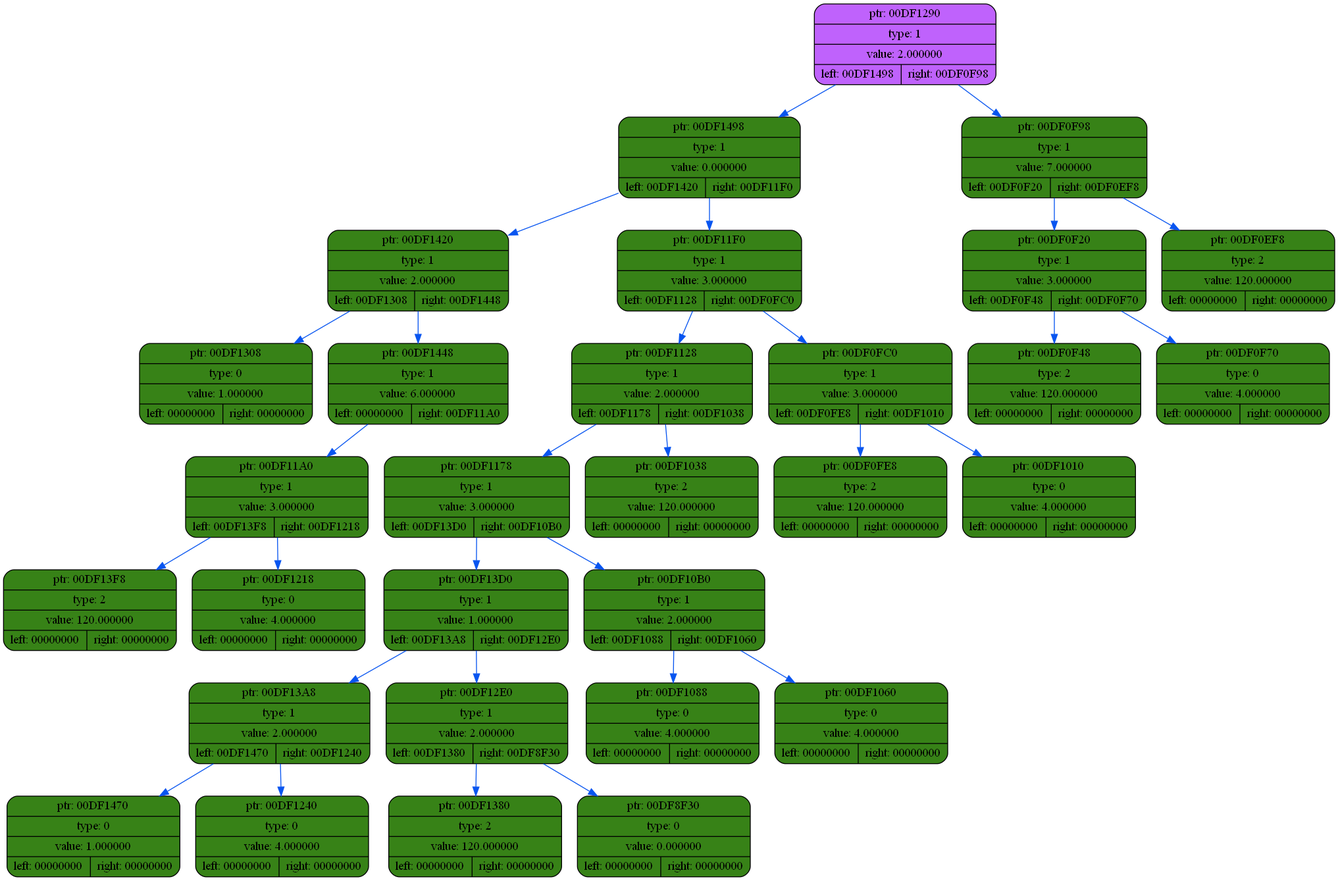
This is dump/dump2.png from coffee8cat/differentiator, a Graphviz export, as it was before one commit. Its source is kept beside it as dump/dump2.dot.
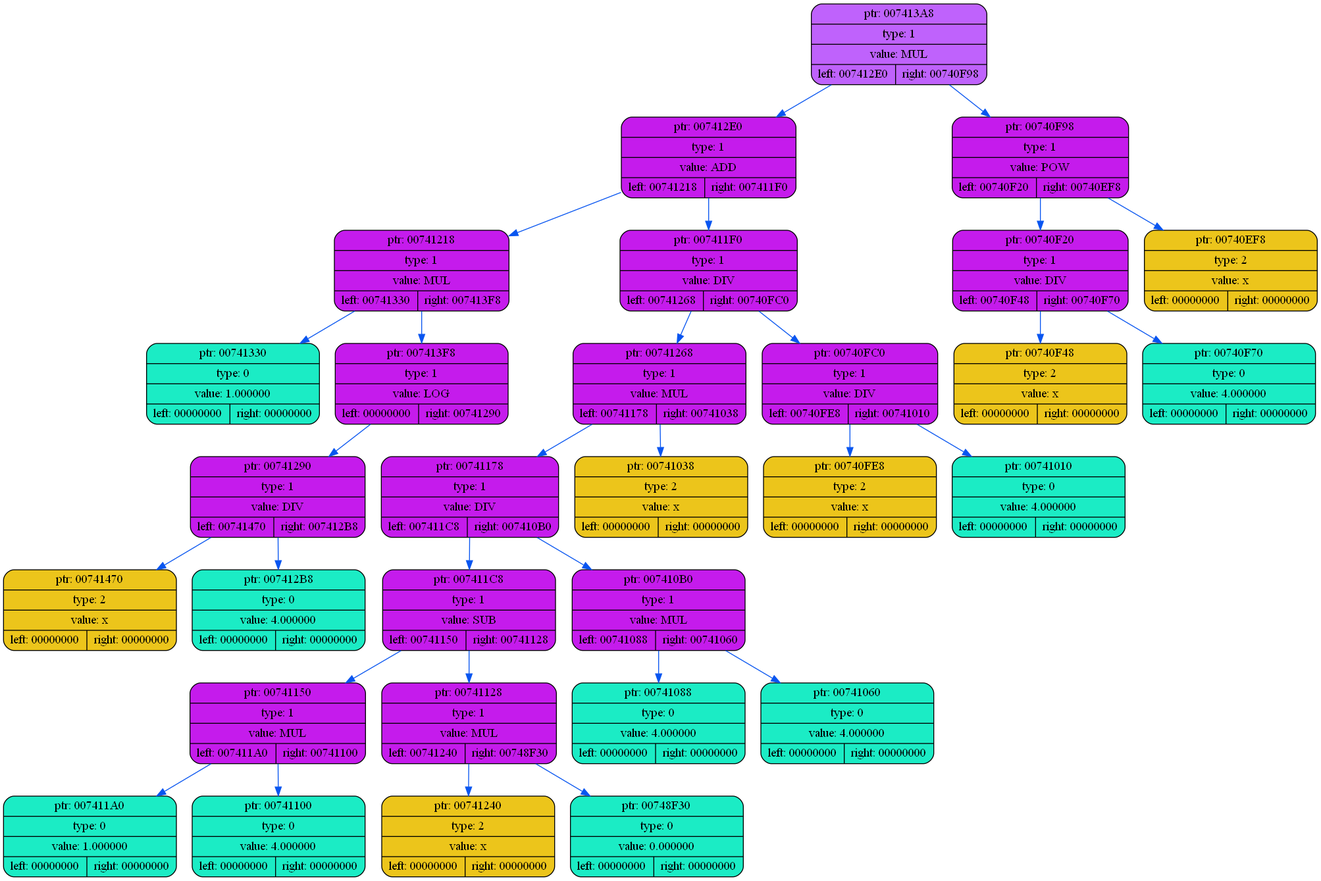
Above is the later version.

What changed in the source:
```diff
@@ -2,63 +2,63 @@
 {
     rankdir=TP
 
-        node00DF1290[shape=record,style="rounded,filled",fillcolor="#BF62FC",label="{ ptr: 00DF1290 | type: 1 | value: 2.000000| { left: 00DF1498 | right: 00DF0F98 }}"];
-    node00DF1290 -> node00DF1498[color="#0855F0"]
-    node00DF1498[shape=record,style="rounded,filled",fillcolor="#378217",label="{ ptr: 00DF1498 | type: 1 | value: 0.000000| { left: 00DF1420 | right: 00DF11F0 }}"];
-    node00DF1498 -> node00DF1420[color="#0855F0"]
-    node00DF1420[shape=record,style="rounded,filled",fillcolor="#378217",label="{ ptr: 00DF1420 | type: 1 | value: 2.000000| { left: 00DF1308 | right: 00DF1448 }}"];
-    node00DF1420 -> node00DF1308[color="#0855F0"]
-    node00DF1308[shape=record,style="rounded,filled",fillcolor="#378217",label="{ ptr: 00DF1308 | type: 0 | value: 1.000000| { left: 00000000 | right: 00000000 }}"];
-    node00DF1420 -> node00DF1448[color="#0855F0"]
-    node00DF1448[shape=record,style="rounded,filled",fillcolor="#378217",label="{ ptr: 00DF1448 | type: 1 | value: 6.000000| { left: 00000000 | right: 00DF11A0 }}"];
-    node00DF1448 -> node00DF11A0[color="#0855F0"]
-    node00DF11A0[shape=record,style="rounded,filled",fillcolor="#378217",label="{ ptr: 00DF11A0 | type: 1 | value: 3.000000| { left: 00DF13F8 | right: 00DF1218 }}"];
-    node00DF11A0 -> node00DF13F8[color="#0855F0"]
-    node00DF13F8[shape=record,style="rounded,filled",fillcolor="#378217",label="{ ptr: 00DF13F8 | type: 2 | value: 120.000000| { left: 00000000 | right: 00000000 }}"];
-    node00DF11A0 -> node00DF1218[color="#0855F0"]
-    node00DF1218[shape=record,style="rounded,filled",fillcolor="#378217",label="{ ptr: 00DF1218 | type: 0 | value: 4.000000| { left: 00000000 | right: 00000000 }}"];
-    node00DF1498 -> node00DF11F0[color="#0855F0"]
-    node00DF11F0[shape=record,style="rounded,filled",fillcolor="#378217",label="{ ptr: 00DF11F0 | type: 1 | value: 3.000000| { left: 00DF1128 | right: 00DF0FC0 }}"];
-    node00DF11F0 -> node00DF1128[color="#0855F0"]
-    node00DF1128[shape=record,style="rounded,filled",fillcolor="#378217",label="{ ptr: 00DF1128 | type: 1 | value: 2.000000| { left: 00DF1178 | right: 00DF1038 }}"];
-    node00DF1128 -> node00DF1178[color="#0855F0"]
-    node00DF1178[shape=record,style="rounded,filled",fillcolor="#378217",label="{ ptr: 00DF1178 | type: 1 | value: 3.000000| { left: 00DF13D0 | right: 00DF10B0 }}"];
-    node00DF1178 -> node00DF13D0[color="#0855F0"]
-    node00DF13D0[shape=record,style="rounded,filled",fillcolor="#378217",label="{ ptr: 00DF13D0 | type: 1 | value: 1.000000| { left: 00DF13A8 | right: 00DF12E0 }}"];
-    node00DF13D0 -> node00DF13A8[color="#0855F0"]
-    node00DF13A8[shape=record,style="rounded,filled",fillcolor="#378217",label="{ ptr: 00DF13A8 | type: 1 | value: 2.000000| { left: 00DF1470 | right: 00DF1240 }}"];
-    node00DF13A8 -> node00DF1470[color="#0855F0"]
-    node00DF1470[shape=record,style="rounded,filled",fillcolor="#378217",label="{ ptr: 00DF1470 | type: 0 | value: 1.000000| { left: 00000000 | right: 00000000 }}"];
-    node00DF13A8 -> node00DF1240[color="#0855F0"]
-    node00DF1240[shape=record,style="rounded,filled",fillcolor="#378217",label="{ ptr: 00DF1240 | type: 0 | value: 4.000000| { left: 00000000 | right: 00000000 }}"];
-    node00DF13D0 -> node00DF12E0[color="#0855F0"]
-    node00DF12E0[shape=record,style="rounded,filled",fillcolor="#378217",label="{ ptr: 00DF12E0 | type: 1 | value: 2.000000| { left: 00DF1380 | right: 00DF8F30 }}"];
-    node00DF12E0 -> node00DF1380[color="#0855F0"]
-    node00DF1380[shape=record,style="rounded,filled",fillcolor="#378217",label="{ ptr: 00DF1380 | type: 2 | value: 120.000000| { left: 00000000 | right: 00000000 }}"];
-    node00DF12E0 -> node00DF8F30[color="#0855F0"]
-    node00DF8F30[shape=record,style="rounded,filled",fillcolor="#378217",label="{ ptr: 00DF8F30 | type: 0 | value: 0.000000| { left: 00000000 | right: 00000000 }}"];
-    node00DF1178 -> node00DF10B0[color="#0855F0"]
-    node00DF10B0[shape=record,style="rounded,filled",fillcolor="#378217",label="{ ptr: 00DF10B0 | type: 1 | value: 2.000000| { left: 00DF1088 | right: 00DF1060 }}"];
-    node00DF10B0 -> node00DF1088[color="#0855F0"]
-    node00DF1088[shape=record,style="rounded,filled",fillcolor="#378217",label="{ ptr: 00DF1088 | type: 0 | value: 4.000000| { left: 00000000 | right: 00000000 }}"];
-    node00DF10B0 -> node00DF1060[color="#0855F0"]
-    node00DF1060[shape=record,style="rounded,filled",fillcolor="#378217",label="{ ptr: 00DF1060 | type: 0 | value: 4.000000| { left: 00000000 | right: 00000000 }}"];
-    node00DF1128 -> node00DF1038[color="#0855F0"]
-    node00DF1038[shape=record,style="rounded,filled",fillcolor="#378217",label="{ ptr: 00DF1038 | type: 2 | value: 120.000000| { left: 00000000 | right: 00000000 }}"];
-    node00DF11F0 -> node00DF0FC0[color="#0855F0"]
-    node00DF0FC0[shape=record,style="rounded,filled",fillcolor="#378217",label="{ ptr: 00DF0FC0 | type: 1 | value: 3.000000| { left: 00DF0FE8 | right: 00DF1010 }}"];
-    node00DF0FC0 -> node00DF0FE8[color="#0855F0"]
-    node00DF0FE8[shape=record,style="rounded,filled",fillcolor="#378217",label="{ ptr: 00DF0FE8 | type: 2 | value: 120.000000| { left: 00000000 | right: 00000000 }}"];
-    node00DF0FC0 -> node00DF1010[color="#0855F0"]
-    node00DF1010[shape=record,style="rounded,filled",fillcolor="#378217",label="{ ptr: 00DF1010 | type: 0 | value: 4.000000| { left: 00000000 | right: 00000000 }}"];
-    node00DF1290 -> node00DF0F98[color="#0855F0"]
-    node00DF0F98[shape=record,style="rounded,filled",fillcolor="#378217",label="{ ptr: 00DF0F98 | type: 1 | value: 7.000000| { left: 00DF0F20 | right: 00DF0EF8 }}"];
-    node00DF0F98 -> node00DF0F20[color="#0855F0"]
-    node00DF0F20[shape=record,style="rounded,filled",fillcolor="#378217",label="{ ptr: 00DF0F20 | type: 1 | value: 3.000000| { left: 00DF0F48 | right: 00DF0F70 }}"];
-    node00DF0F20 -> node00DF0F48[color="#0855F0"]
-    node00DF0F48[shape=record,style="rounded,filled",fillcolor="#378217",label="{ ptr: 00DF0F48 | type: 2 | value: 120.000000| { left: 00000000 | right: 00000000 }}"];
-    node00DF0F20 -> node00DF0F70[color="#0855F0"]
-    node00DF0F70[shape=record,style="rounded,filled",fillcolor="#378217",label="{ ptr: 00DF0F70 | type: 0 | value: 4.000000| { left: 00000000 | right: 00000000 }}"];
-    node00DF0F98 -> node00DF0EF8[color="#0855F0"]
-    node00DF0EF8[shape=record,style="rounded,filled",fillcolor="#378217",label="{ ptr: 00DF0EF8 | type: 2 | value: 120.000000| { left: 00000000 | right: 00000000 }}"];
+        node007413A8[shape=record,style="rounded,filled",fillcolor="#BF62FC",label="{ ptr: 007413A8 | type: 1 | value: MUL| { left: 007412E0 | right: 00740F98 }}"];
+    node007413A8 -> node007412E0[color="#0855F0"]
+    node007412E0[shape=record,style="rounded,filled",fillcolor="#C51BEC",label="{ ptr: 007412E0 | type: 1 | value: ADD| { left: 00741218 | right: 007411F0 }}"];
+    node007412E0 -> node00741218[color="#0855F0"]
+    node00741218[shape=record,style="rounded,filled",fillcolor="#C51BEC",label="{ ptr: 00741218 | type: 1 | value: MUL| { left: 00741330 | right: 007413F8 }}"];
+    node00741218 -> node00741330[color="#0855F0"]
+    node00741330[shape=record,style="rounded,filled",fillcolor="#1BECC5",label="{ ptr: 00741330 | type: 0 | value: 1.000000| { left: 00000000 | right: 00000000 }}"];
+    node00741218 -> node007413F8[color="#0855F0"]
+    node007413F8[shape=record,style="rounded,filled",fillcolor="#C51BEC",label="{ ptr: 007413F8 | type: 1 | value: LOG| { left: 00000000 | right: 00741290 }}"];
+    node007413F8 -> node00741290[color="#0855F0"]
+    node00741290[shape=record,style="rounded,filled",fillcolor="#C51BEC",label="{ ptr: 00741290 | type: 1 | value: DIV| { left: 00741470 | right: 007412B8 }}"];
+    node00741290 -> node00741470[color="#0855F0"]
+    node00741470[shape=record,style="rounded,filled",fillcolor="#ECC51B",label="{ ptr: 00741470 | type: 2 | value: x| { left: 00000000 | right: 00000000 }}"];
+    node00741290 -> node007412B8[color="#0855F0"]
+    node007412B8[shape=record,style="rounded,filled",fillcolor="#1BECC5",label="{ ptr: 007412B8 | type: 0 | value: 4.000000| { left: 00000000 | right: 00000000 }}"];
+    node007412E0 -> node007411F0[color="#0855F0"]
+    node007411F0[shape=record,style="rounded,filled",fillcolor="#C51BEC",label="{ ptr: 007411F0 | type: 1 | value: DIV| { left: 00741268 | right: 00740FC0 }}"];
+    node007411F0 -> node00741268[color="#0855F0"]
+    node00741268[shape=record,style="rounded,filled",fillcolor="#C51BEC",label="{ ptr: 00741268 | type: 1 | value: MUL| { left: 00741178 | right: 00741038 }}"];
+    node00741268 -> node00741178[color="#0855F0"]
+    node00741178[shape=record,style="rounded,filled",fillcolor="#C51BEC",label="{ ptr: 00741178 | type: 1 | value: DIV| { left: 007411C8 | right: 007410B0 }}"];
+    node00741178 -> node007411C8[color="#0855F0"]
+    node007411C8[shape=record,style="rounded,filled",fillcolor="#C51BEC",label="{ ptr: 007411C8 | type: 1 | value: SUB| { left: 00741150 | right: 00741128 }}"];
+    node007411C8 -> node00741150[color="#0855F0"]
+    node00741150[shape=record,style="rounded,filled",fillcolor="#C51BEC",label="{ ptr: 00741150 | type: 1 | value: MUL| { left: 007411A0 | right: 00741100 }}"];
+    node00741150 -> node007411A0[color="#0855F0"]
+    node007411A0[shape=record,style="rounded,filled",fillcolor="#1BECC5",label="{ ptr: 007411A0 | type: 0 | value: 1.000000| { left: 00000000 | right: 00000000 }}"];
+    node00741150 -> node00741100[color="#0855F0"]
+    node00741100[shape=record,style="rounded,filled",fillcolor="#1BECC5",label="{ ptr: 00741100 | type: 0 | value: 4.000000| { left: 00000000 | right: 00000000 }}"];
+    node007411C8 -> node00741128[color="#0855F0"]
+    node00741128[shape=record,style="rounded,filled",fillcolor="#C51BEC",label="{ ptr: 00741128 | type: 1 | value: MUL| { left: 00741240 | right: 00748F30 }}"];
+    node00741128 -> node00741240[color="#0855F0"]
+    node00741240[shape=record,style="rounded,filled",fillcolor="#ECC51B",label="{ ptr: 00741240 | type: 2 | value: x| { left: 00000000 | right: 00000000 }}"];
+    node00741128 -> node00748F30[color="#0855F0"]
+    node00748F30[shape=record,style="rounded,filled",fillcolor="#1BECC5",label="{ ptr: 00748F30 | type: 0 | value: 0.000000| { left: 00000000 | right: 00000000 }}"];
+    node00741178 -> node007410B0[color="#0855F0"]
+    node007410B0[shape=record,style="rounded,filled",fillcolor="#C51BEC",label="{ ptr: 007410B0 | type: 1 | value: MUL| { left: 00741088 | right: 00741060 }}"];
+    node007410B0 -> node00741088[color="#0855F0"]
+    node00741088[shape=record,style="rounded,filled",fillcolor="#1BECC5",label="{ ptr: 00741088 | type: 0 | value: 4.000000| { left: 00000000 | right: 00000000 }}"];
+    node007410B0 -> node00741060[color="#0855F0"]
+    node00741060[shape=record,style="rounded,filled",fillcolor="#1BECC5",label="{ ptr: 00741060 | type: 0 | value: 4.000000| { left: 00000000 | right: 00000000 }}"];
+    node00741268 -> node00741038[color="#0855F0"]
+    node00741038[shape=record,style="rounded,filled",fillcolor="#ECC51B",label="{ ptr: 00741038 | type: 2 | value: x| { left: 00000000 | right: 00000000 }}"];
+    node007411F0 -> node00740FC0[color="#0855F0"]
+    node00740FC0[shape=record,style="rounded,filled",fillcolor="#C51BEC",label="{ ptr: 00740FC0 | type: 1 | value: DIV| { left: 00740FE8 | right: 00741010 }}"];
+    node00740FC0 -> node00740FE8[color="#0855F0"]
+    node00740FE8[shape=record,style="rounded,filled",fillcolor="#ECC51B",label="{ ptr: 00740FE8 | type: 2 | value: x| { left: 00000000 | right: 00000000 }}"];
+    node00740FC0 -> node00741010[color="#0855F0"]
+    node00741010[shape=record,style="rounded,filled",fillcolor="#1BECC5",label="{ ptr: 00741010 | type: 0 | value: 4.000000| { left: 00000000 | right: 00000000 }}"];
+    node007413A8 -> node00740F98[color="#0855F0"]
+    node00740F98[shape=record,style="rounded,filled",fillcolor="#C51BEC",label="{ ptr: 00740F98 | type: 1 | value: POW| { left: 00740F20 | right: 00740EF8 }}"];
+    node00740F98 -> node00740F20[color="#0855F0"]
+    node00740F20[shape=record,style="rounded,filled",fillcolor="#C51BEC",label="{ ptr: 00740F20 | type: 1 | value: DIV| { left: 00740F48 | right: 00740F70 }}"];
+    node00740F20 -> node00740F48[color="#0855F0"]
+    node00740F48[shape=record,style="rounded,filled",fillcolor="#ECC51B",label="{ ptr: 00740F48 | type: 2 | value: x| { left: 00000000 | right: 00000000 }}"];
+    node00740F20 -> node00740F70[color="#0855F0"]
+    node00740F70[shape=record,style="rounded,filled",fillcolor="#1BECC5",label="{ ptr: 00740F70 | type: 0 | value: 4.000000| { left: 00000000 | right: 00000000 }}"];
+    node00740F98 -> node00740EF8[color="#0855F0"]
+    node00740EF8[shape=record,style="rounded,filled",fillcolor="#ECC51B",label="{ ptr: 00740EF8 | type: 2 | value: x| { left: 00000000 | right: 00000000 }}"];
 }
```
